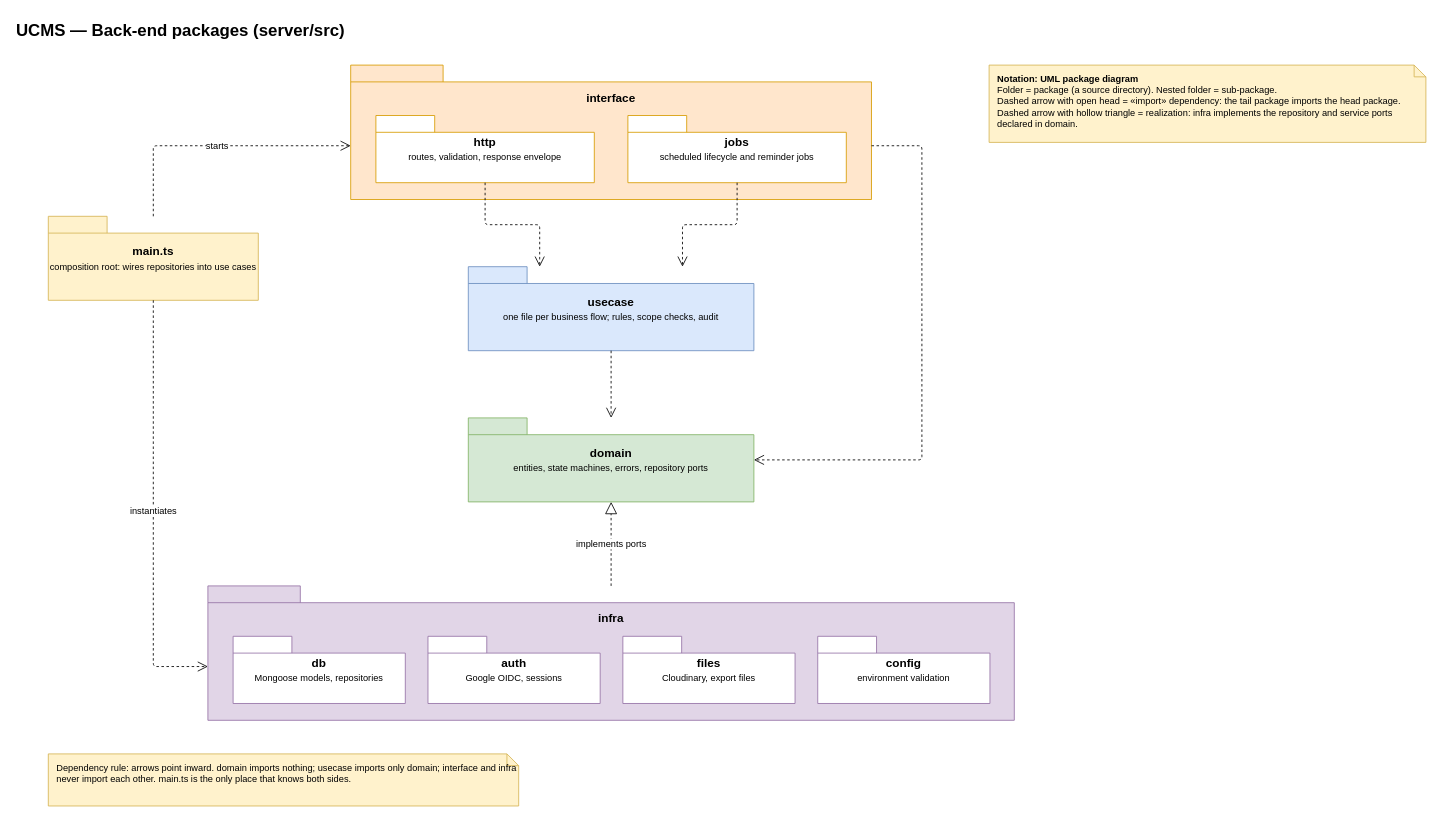
The draw.io diagram page "Back-end packages" (2 of 2) of docs/03-diagrams/UCMS_Package_Diagrams.drawio in nvdekay/ClubManagementSystem, before the edit. Source tidied: cells renumbered, new cells numbered last; positions are measured from the earlier drawing's top-left corner, leaving out a move shared by most shapes. Both pictures are drawn from the tidied source at 84%, with x=0, y=0 at pixel (14, 14).
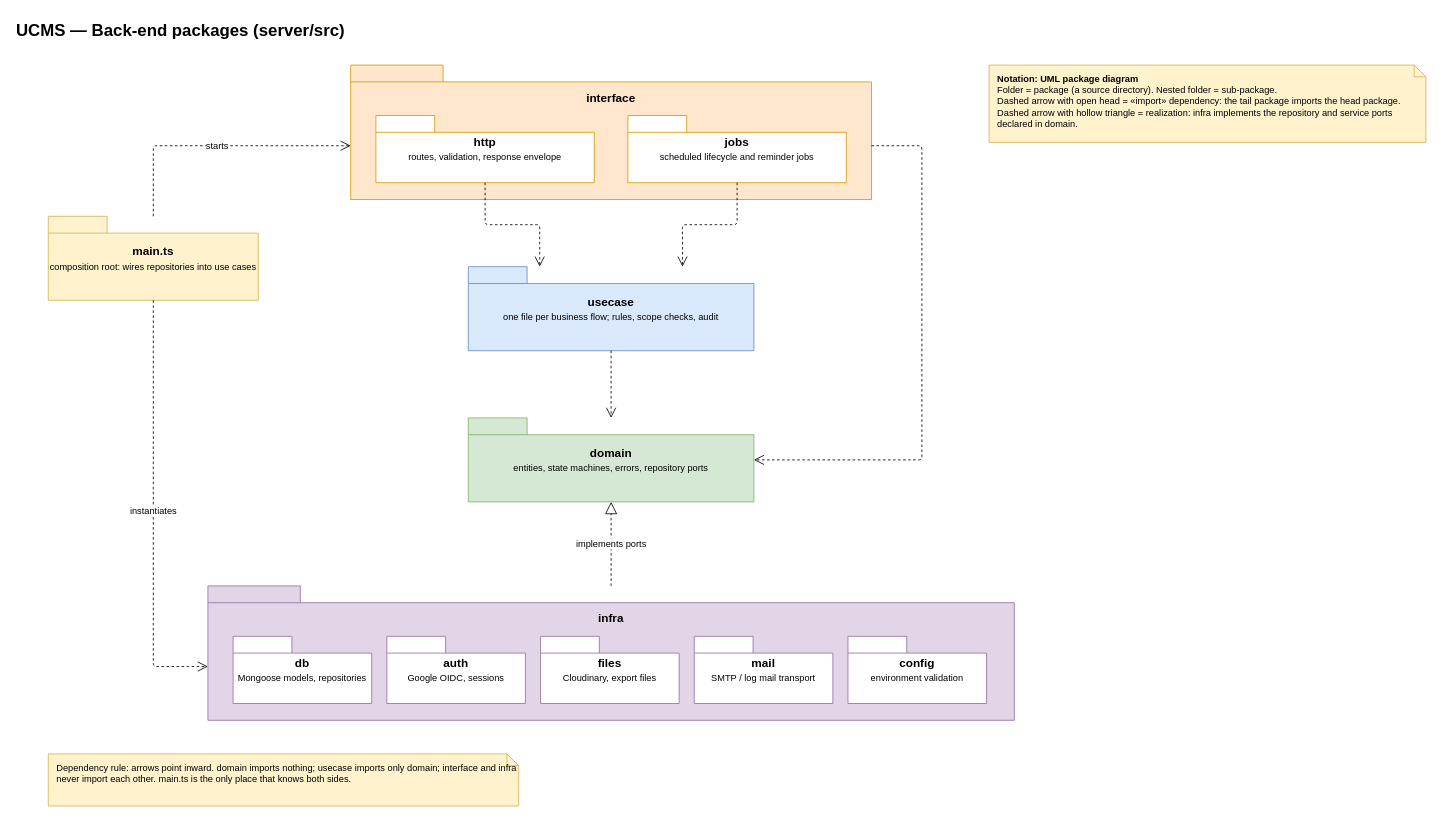
Above is the later version.

The edit, as a diff of the source:
```diff
@@
     <mxCell id="10" value="db&lt;br&gt;&lt;span style=&quot;font-weight:normal;font-size:11px&quot;&gt;Mongoose models, repositories&lt;/span&gt;" style="shape=folder;tabWidth=70;tabHeight=20;tabPosition=left;whiteSpace=wrap;html=1;fontStyle=1;fontSize=14;fillColor=#ffffff;strokeColor=#9673a6;" parent="1" vertex="1">
-      <mxGeometry x="260" y="740" width="205" height="80" as="geometry" />
+      <mxGeometry x="260" y="740" width="165" height="80" as="geometry" />
     </mxCell>
     <mxCell id="11" value="auth&lt;br&gt;&lt;span style=&quot;font-weight:normal;font-size:11px&quot;&gt;Google OIDC, sessions&lt;/span&gt;" style="shape=folder;tabWidth=70;tabHeight=20;tabPosition=left;whiteSpace=wrap;html=1;fontStyle=1;fontSize=14;fillColor=#ffffff;strokeColor=#9673a6;" parent="1" vertex="1">
-      <mxGeometry x="492" y="740" width="205" height="80" as="geometry" />
+      <mxGeometry x="443" y="740" width="165" height="80" as="geometry" />
     </mxCell>
     <mxCell id="12" value="files&lt;br&gt;&lt;span style=&quot;font-weight:normal;font-size:11px&quot;&gt;Cloudinary, export files&lt;/span&gt;" style="shape=folder;tabWidth=70;tabHeight=20;tabPosition=left;whiteSpace=wrap;html=1;fontStyle=1;fontSize=14;fillColor=#ffffff;strokeColor=#9673a6;" parent="1" vertex="1">
-      <mxGeometry x="724" y="740" width="205" height="80" as="geometry" />
+      <mxGeometry x="626" y="740" width="165" height="80" as="geometry" />
     </mxCell>
     <mxCell id="13" value="config&lt;br&gt;&lt;span style=&quot;font-weight:normal;font-size:11px&quot;&gt;environment validation&lt;/span&gt;" style="shape=folder;tabWidth=70;tabHeight=20;tabPosition=left;whiteSpace=wrap;html=1;fontStyle=1;fontSize=14;fillColor=#ffffff;strokeColor=#9673a6;" parent="1" vertex="1">
-      <mxGeometry x="956" y="740" width="205" height="80" as="geometry" />
+      <mxGeometry x="992" y="740" width="165" height="80" as="geometry" />
     </mxCell>
+    <mxCell id="23" value="mail&lt;br&gt;&lt;span style=&quot;font-weight:normal;font-size:11px&quot;&gt;SMTP / log mail transport&lt;/span&gt;" style="shape=folder;tabWidth=70;tabHeight=20;tabPosition=left;whiteSpace=wrap;html=1;fontStyle=1;fontSize=14;fillColor=#ffffff;strokeColor=#9673a6;" parent="1" vertex="1">
+      <mxGeometry x="809" y="740" width="165" height="80" as="geometry" />
+    </mxCell>
```
